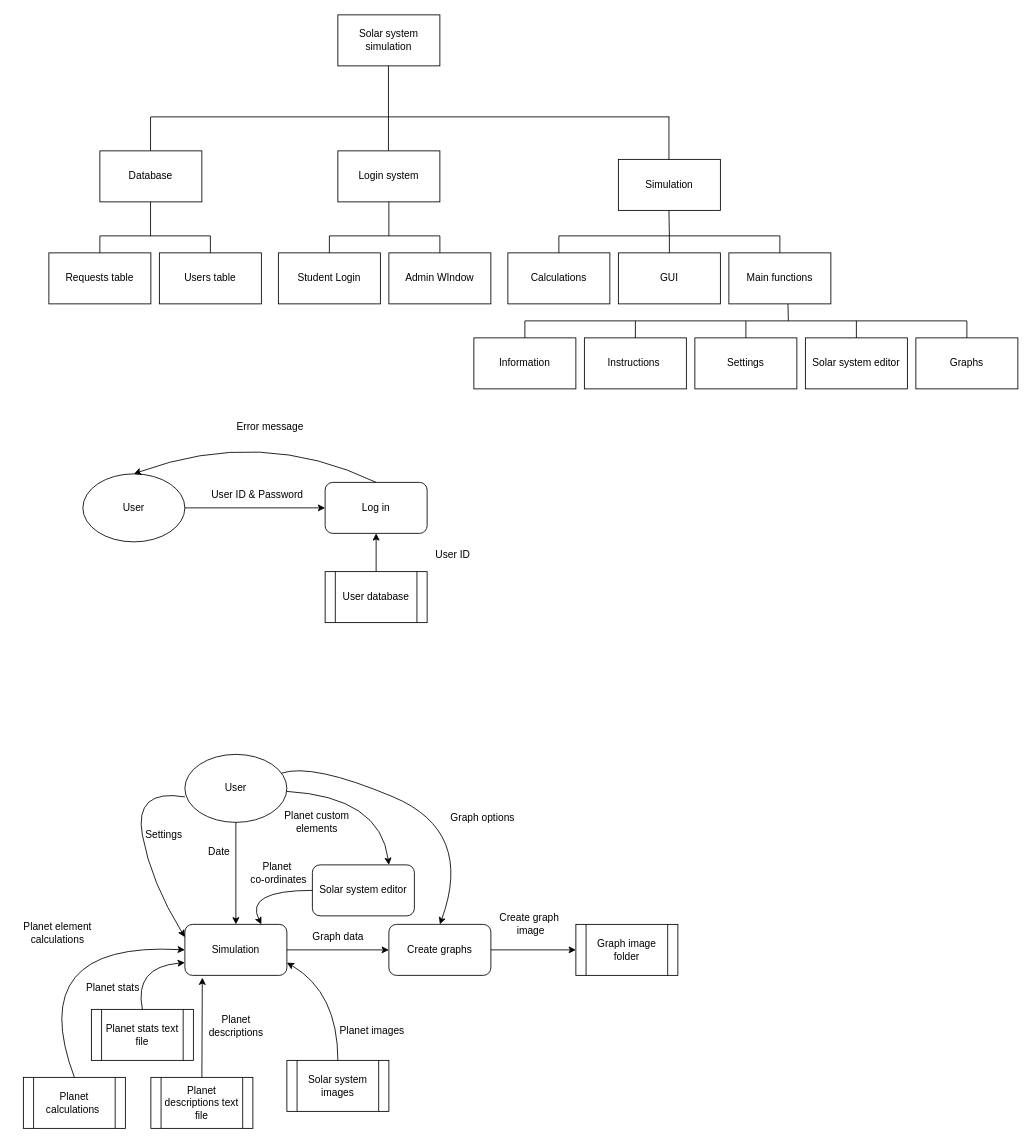
Qaim0/CS_Project1 keeps this draw.io diagram as Untitled Diagram.drawio. Above is the earlier version. Source tidied: cells renumbered, new cells numbered last; positions are measured from the earlier drawing's top-left corner, leaving out a move shared by most shapes. Both pictures are drawn from the tidied source at 85%, with x=0, y=0 at pixel (14, 14).
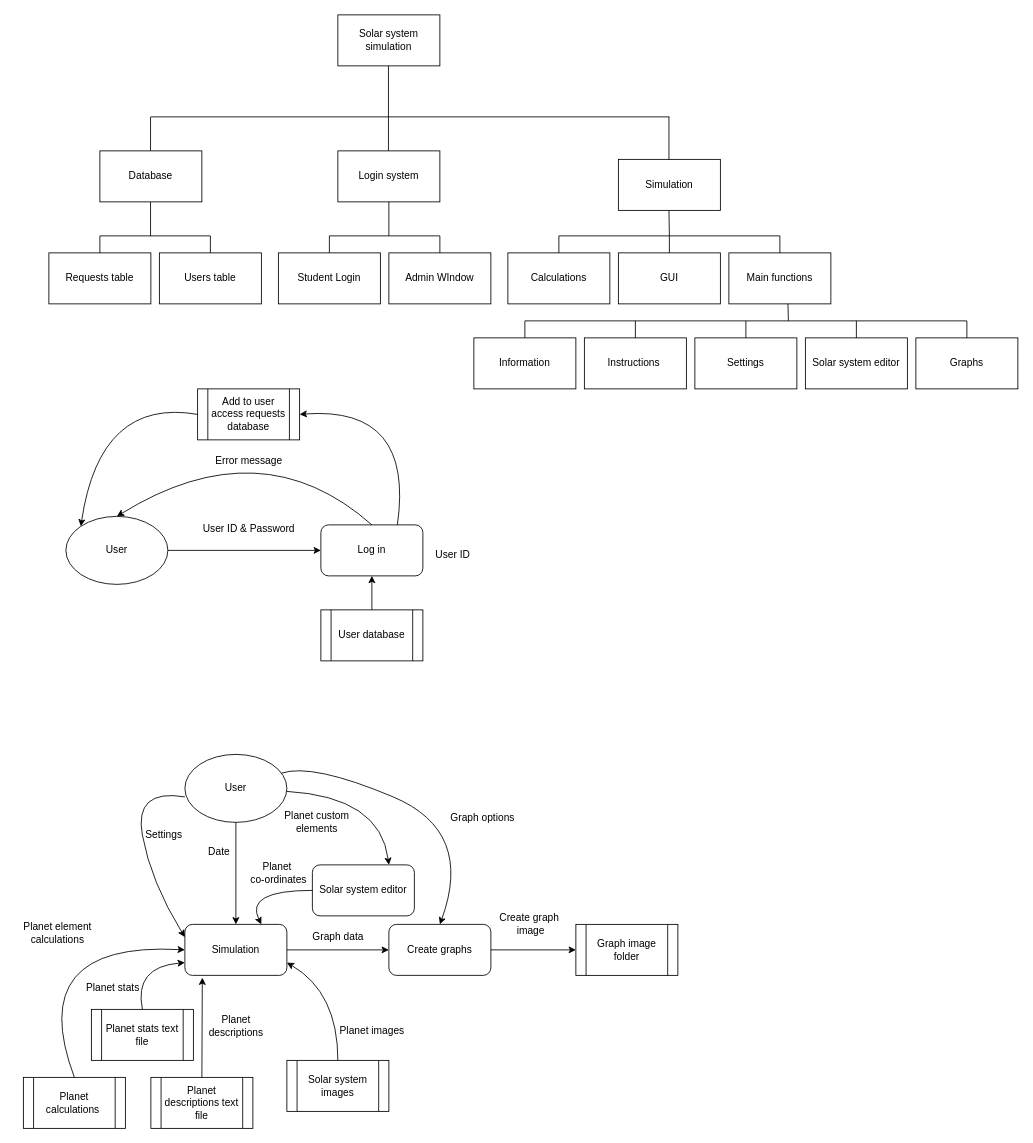
Above is the later version.

What changed in the source:
```diff
@@
     <mxCell id="43" value="User" style="ellipse;whiteSpace=wrap;html=1;" parent="1" vertex="1">
-      <mxGeometry x="80" y="540" width="120" height="80" as="geometry" />
+      <mxGeometry x="60" y="590" width="120" height="80" as="geometry" />
     </mxCell>
     <mxCell id="44" value="Log in" style="rounded=1;whiteSpace=wrap;html=1;" parent="1" vertex="1">
-      <mxGeometry x="365" y="550" width="120" height="60" as="geometry" />
+      <mxGeometry x="360" y="600" width="120" height="60" as="geometry" />
     </mxCell>
@@
     <mxCell id="47" value="User database" style="shape=process;whiteSpace=wrap;html=1;backgroundOutline=1;" parent="1" vertex="1">
-      <mxGeometry x="365" y="655" width="120" height="60" as="geometry" />
+      <mxGeometry x="360" y="700" width="120" height="60" as="geometry" />
     </mxCell>
@@
     <mxCell id="49" value="User ID &amp;amp; Password" style="text;html=1;align=center;verticalAlign=middle;strokeColor=none;fillColor=none;" parent="1" vertex="1">
-      <mxGeometry x="220" y="550" width="130" height="30" as="geometry" />
+      <mxGeometry x="210" y="590" width="130" height="30" as="geometry" />
     </mxCell>
     <mxCell id="50" value="Error message" style="text;html=1;align=center;verticalAlign=middle;strokeColor=none;fillColor=none;" parent="1" vertex="1">
-      <mxGeometry x="250" y="470" width="100" height="30" as="geometry" />
+      <mxGeometry x="225" y="510" width="100" height="30" as="geometry" />
     </mxCell>
@@
+    <mxCell id="83" value="Add to user access requests database" style="shape=process;whiteSpace=wrap;html=1;backgroundOutline=1;" parent="1" vertex="1">
+      <mxGeometry x="215" y="440" width="120" height="60" as="geometry" />
+    </mxCell>
+    <mxCell id="84" style="curved=1;endArrow=classic;html=1;rounded=0;exitX=0.75;exitY=0;exitDx=0;exitDy=0;entryX=1;entryY=0.5;entryDx=0;entryDy=0;" parent="1" edge="1" source="44" target="83">
+      <mxGeometry relative="1" as="geometry">
+        <Array as="points">
+          <mxPoint x="470" y="460" />
+        </Array>
+      </mxGeometry>
+    </mxCell>
+    <mxCell id="85" style="curved=1;endArrow=classic;html=1;rounded=0;exitX=0;exitY=0.5;exitDx=0;exitDy=0;entryX=0;entryY=0;entryDx=0;entryDy=0;" parent="1" edge="1" source="83" target="43">
+      <mxGeometry relative="1" as="geometry">
+        <Array as="points">
+          <mxPoint x="100" y="450" />
+        </Array>
+      </mxGeometry>
+    </mxCell>
```
